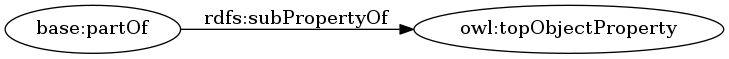
Before: OnToology/ontologies.owl/diagrams/ar2dtool-class/ontologies.owl.png, a diagram exported from Graphviz (lsarni/OntoCIS). Its source is kept beside it as OnToology/ontologies.owl/diagrams/ar2dtool-class/ontologies.owl.png.dot. The source it was exported from:
```dot
digraph ar2dtool_diagram {
rankdir=LR;
size="1501"
	"base:partOf" -> "owl:topObjectProperty" [ label = "rdfs:subPropertyOf" ];

}
```
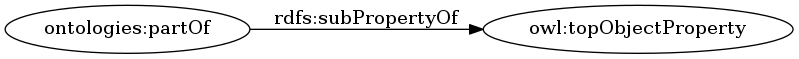
Above is the later version.

Diff of the diagram source:
```diff
@@ -1,6 +1,6 @@
 digraph ar2dtool_diagram {
 rankdir=LR;
 size="1501"
-	"base:partOf" -> "owl:topObjectProperty" [ label = "rdfs:subPropertyOf" ];
+	"ontologies:partOf" -> "owl:topObjectProperty" [ label = "rdfs:subPropertyOf" ];
 
 }
```
